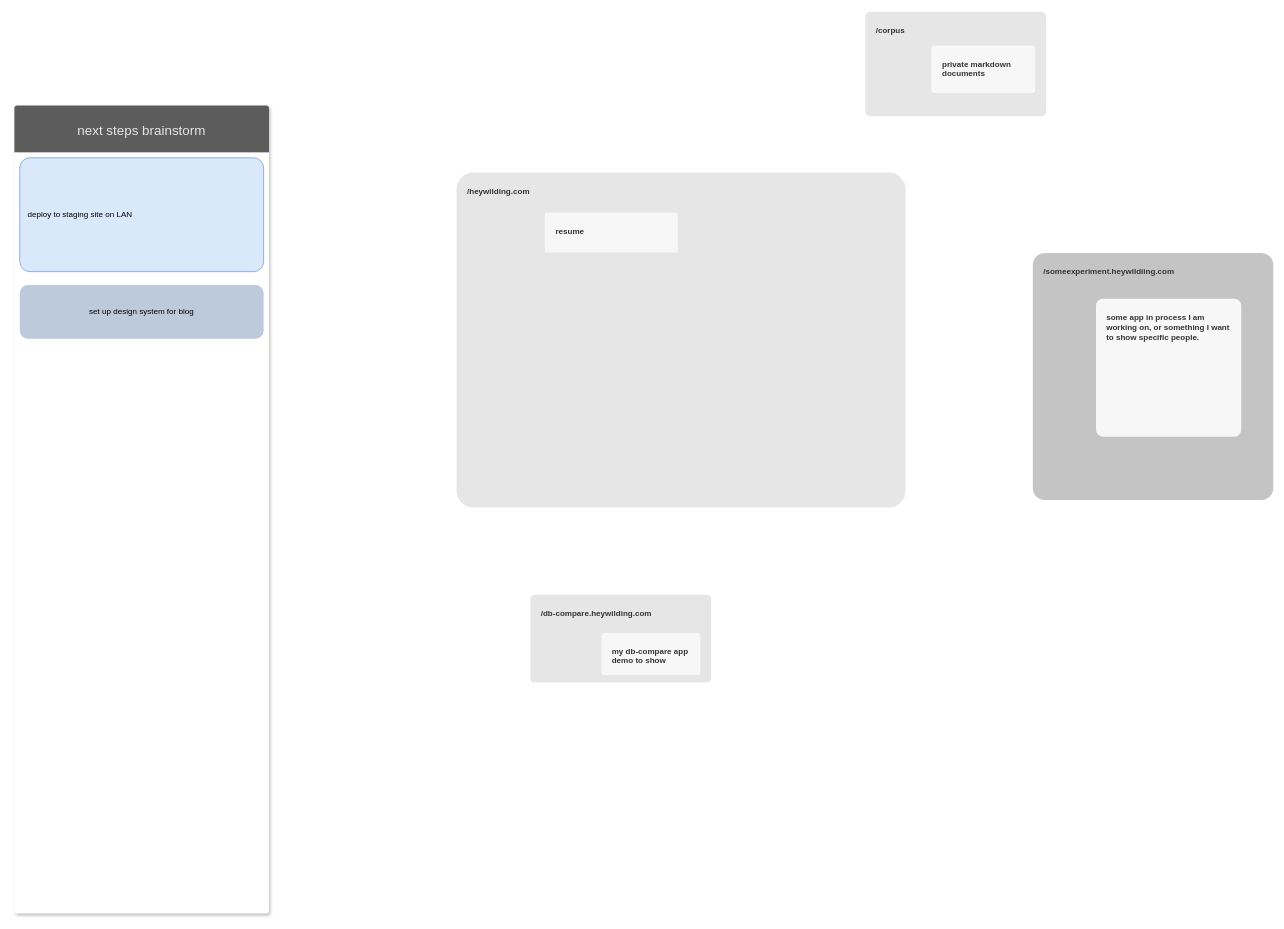
umamiMike/technical-mess-diagrams keeps this draw.io diagram as page "dev-and-deploy-diagram" (5 of 5) of theme-tracking.drawio. Above is the earlier version. Source tidied: cells renumbered, new cells numbered last; positions are measured from the earlier drawing's top-left corner, leaving out a move shared by most shapes. Both pictures are drawn from the tidied source at 67%, with x=0, y=0 at pixel (14, 11).
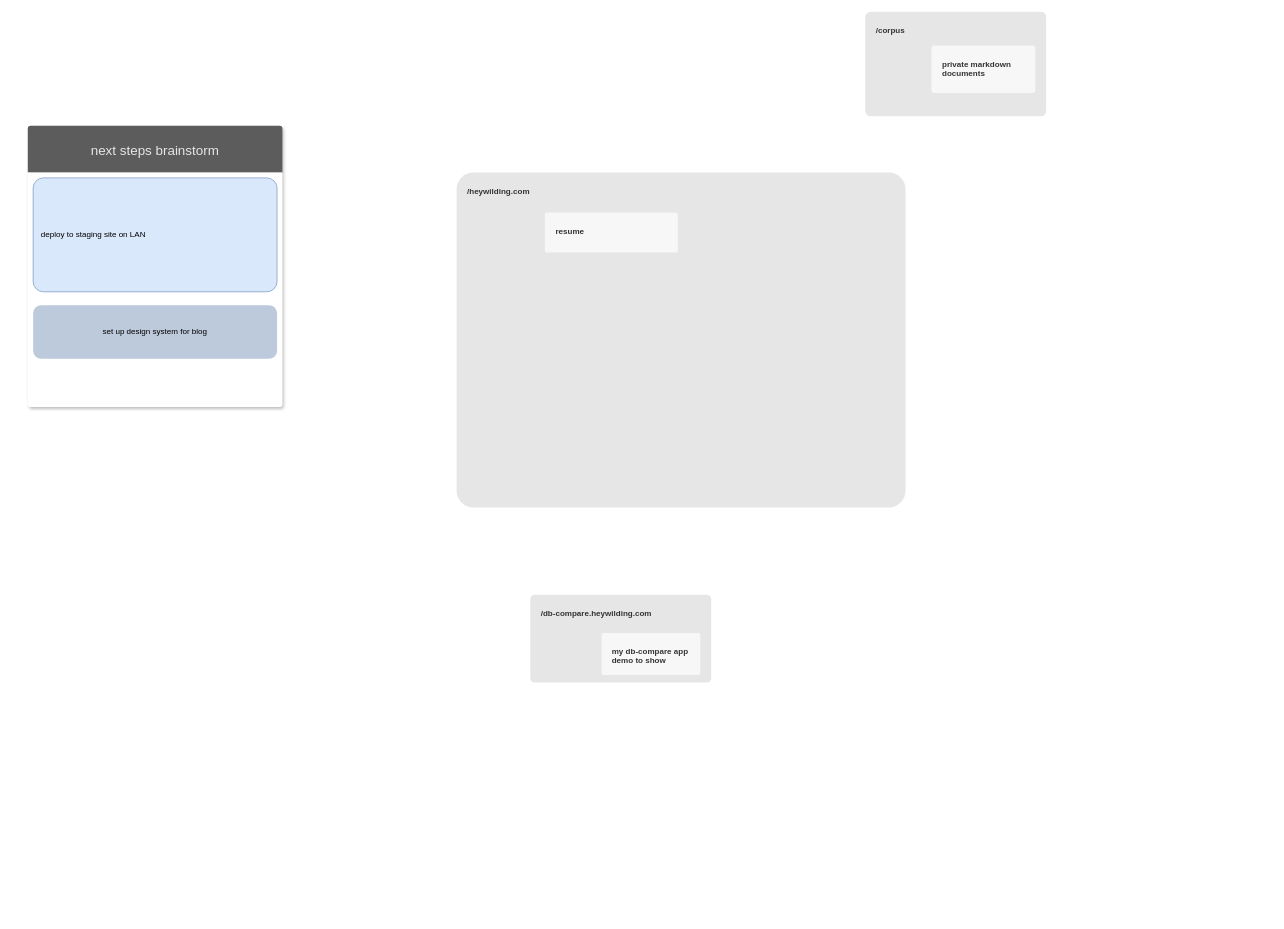
The same page after the edit.

The edit, as a diff of the source:
```diff
@@
 <mxGraphModel>
   <root>
     <mxCell id="0" />
     <mxCell id="1" parent="0" />
     <mxCell id="2" value="next steps brainstorm" style="swimlane;html=0;startSize=70;stackBorder=8;swimlaneLine=0;swimlaneFillColor=#ffffff;verticalAlign=middle;fontSize=20;fontStyle=0;labelPosition=center;verticalLabelPosition=middle;align=center;fillColor=#5C5C5C;rounded=1;arcSize=2;fontColor=#E6E6E6;strokeWidth=6;perimeterSpacing=1;horizontal=1;strokeColor=none;shadow=1;" parent="1" vertex="1">
-      <mxGeometry y="140" width="380" height="1206" as="geometry" />
+      <mxGeometry x="20" y="170" width="380" height="420" as="geometry" />
     </mxCell>
     <mxCell id="3" value="deploy to staging site on LAN" style="rounded=1;whiteSpace=wrap;html=1;fontSize=12;startSize=0;align=left;strokeColor=#6c8ebf;shadow=0;fillColor=#dae8fc;arcSize=9;verticalAlign=middle;spacing=12;" parent="2" vertex="1">
       <mxGeometry x="8" y="78" width="364" height="170" as="geometry" />
     </mxCell>
     <mxCell id="4" value="set up design system for blog" style="rounded=1;whiteSpace=wrap;html=1;fontSize=12;align=center;strokeColor=none;fillColor=#BDCADB;" parent="2" vertex="1">
       <mxGeometry x="8" y="268" width="364" height="80" as="geometry" />
     </mxCell>
     <mxCell id="5" value="/heywilding.com" style="rounded=1;whiteSpace=wrap;html=1;fontStyle=1;arcSize=5;align=left;verticalAlign=top;spacingLeft=8;spacingTop=8;fontSize=12;fontColor=#333333;fillColor=#E6E6E6;spacingBottom=16;spacing=8;strokeColor=none;" parent="1" vertex="1">
       <mxGeometry x="660" y="240" width="670" height="500" as="geometry" />
     </mxCell>
     <mxCell id="6" value="resume" style="rounded=1;whiteSpace=wrap;html=1;fontStyle=1;arcSize=5;align=left;verticalAlign=top;spacingLeft=8;spacingTop=8;fontSize=12;fontColor=#333333;spacingBottom=16;spacing=8;fillColor=#F7F7F7;strokeColor=none;noLabel=0;" parent="5" vertex="1">
       <mxGeometry x="131.6" y="59.6" width="198.6" height="59.6" as="geometry" />
     </mxCell>
     <mxCell id="7" value="/corpus" style="rounded=1;whiteSpace=wrap;html=1;fontStyle=1;arcSize=5;align=left;verticalAlign=top;spacingLeft=8;spacingTop=8;fontSize=12;fontColor=#333333;spacingBottom=16;spacing=8;fillColor=#E6E6E6;strokeColor=none;" parent="1" vertex="1">
       <mxGeometry x="1270" width="270" height="155.9" as="geometry" />
     </mxCell>
     <mxCell id="8" value="private markdown documents&amp;nbsp;" style="rounded=1;whiteSpace=wrap;html=1;fontStyle=1;arcSize=5;align=left;verticalAlign=top;spacingLeft=8;spacingTop=8;fontSize=12;fontColor=#333333;spacingBottom=16;spacing=8;fillColor=#F7F7F7;strokeColor=none;noLabel=0;" parent="7" vertex="1">
       <mxGeometry x="98.8" y="50.5" width="154.8" height="70.8" as="geometry" />
     </mxCell>
     <mxCell id="9" value="/db-compare.heywilding.com" style="rounded=1;whiteSpace=wrap;html=1;fontStyle=1;arcSize=5;align=left;verticalAlign=top;spacingLeft=8;spacingTop=8;fontSize=12;fontColor=#333333;fillColor=#E6E6E6;spacingBottom=16;spacing=8;strokeColor=none;" parent="1" vertex="1">
       <mxGeometry x="770" y="870" width="270" height="131.3" as="geometry" />
     </mxCell>
     <mxCell id="10" value="my db-compare app demo to show&amp;nbsp;" style="rounded=1;whiteSpace=wrap;html=1;fontStyle=1;arcSize=5;align=left;verticalAlign=top;spacingLeft=8;spacingTop=8;fontSize=12;fontColor=#333333;spacingBottom=16;spacing=8;fillColor=#F7F7F7;strokeColor=none;noLabel=0;" parent="9" vertex="1">
       <mxGeometry x="106.4" y="57.4" width="147.3" height="62.6" as="geometry" />
     </mxCell>
-    <mxCell id="11" value="/someexperiment.heywildiing.com" style="rounded=1;whiteSpace=wrap;html=1;fontStyle=1;arcSize=5;align=left;verticalAlign=top;spacingLeft=8;spacingTop=8;fontSize=12;fontColor=#333333;spacingBottom=16;spacing=8;strokeColor=none;fillColor=#C4C4C4;" parent="1" vertex="1">
-      <mxGeometry x="1520" y="360" width="358.9" height="368.8" as="geometry" />
-    </mxCell>
-    <mxCell id="12" value="some app in process I am working on, or something I want to show specific people." style="rounded=1;whiteSpace=wrap;html=1;fontStyle=1;arcSize=5;align=left;verticalAlign=top;spacingLeft=8;spacingTop=8;fontSize=12;fontColor=#333333;spacingBottom=16;spacing=8;fillColor=#F7F7F7;strokeColor=none;noLabel=0;" parent="11" vertex="1">
-      <mxGeometry x="94.3" y="68.5" width="216.8" height="205.8" as="geometry" />
-    </mxCell>
   </root>
 </mxGraphModel>
```
